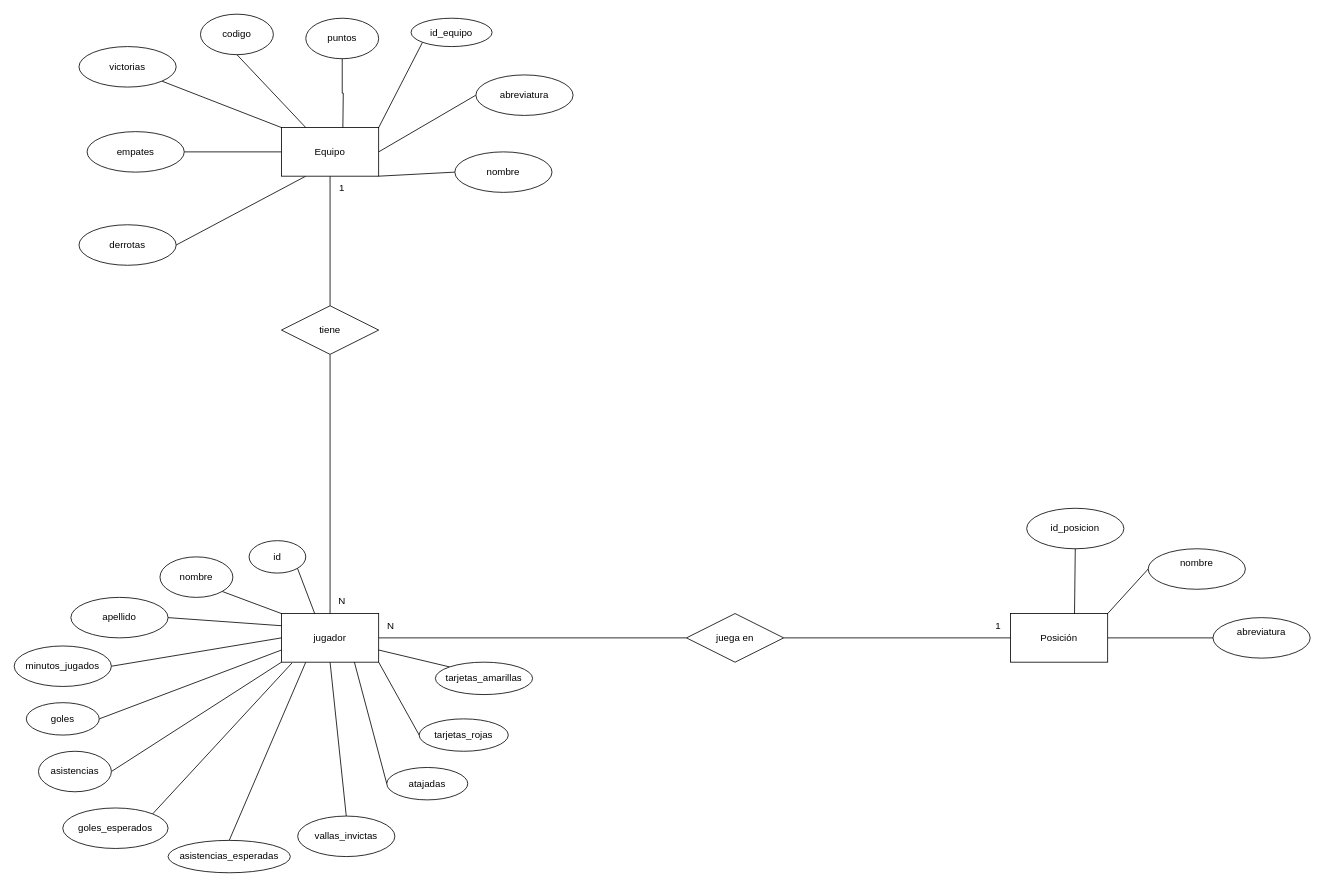
Earlier version of the draw.io diagram design/mer-premier-league-analytics.drawio (NachoParedes/premier-league-analytics). Source tidied: cells renumbered, new cells numbered last; positions are measured from the earlier drawing's top-left corner, leaving out a move shared by most shapes. Both pictures are drawn from the tidied source at 81%, with x=0, y=0 at pixel (14, 14).
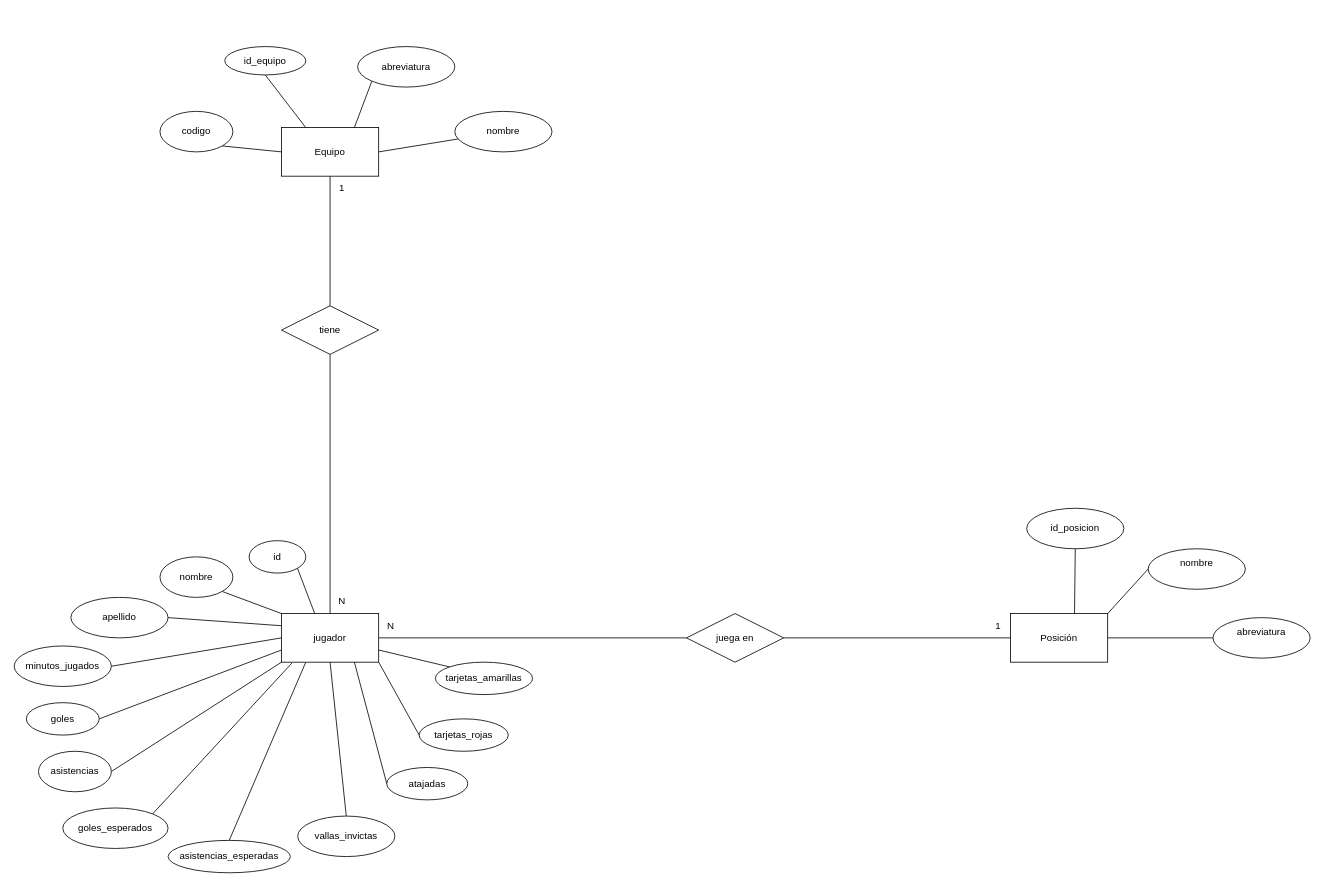
Above is the later version.

The change refers to these unchanged cells:
```xml
<mxCell id="6" value="Equipo" style="rounded=0;whiteSpace=wrap;html=1;" parent="1" vertex="1">
  <mxGeometry x="330" y="140" width="120" height="60" as="geometry" />
</mxCell>
```

Change to the diagram source:
```diff
@@
-    <mxCell id="2" style="rounded=0;jettySize=auto;html=1;exitX=1;exitY=1;exitDx=0;exitDy=0;entryX=0;entryY=0.5;entryDx=0;entryDy=0;endArrow=none;endFill=0;" parent="1" edge="1" source="6" target="14">
-      <mxGeometry relative="1" as="geometry" />
-    </mxCell>
@@
-    <mxCell id="4" style="rounded=0;jettySize=auto;html=1;exitX=0.25;exitY=1;exitDx=0;exitDy=0;entryX=1;entryY=0.5;entryDx=0;entryDy=0;endArrow=none;endFill=0;" parent="1" edge="1" source="6" target="32">
-      <mxGeometry relative="1" as="geometry" />
-    </mxCell>
-    <mxCell id="5" style="rounded=0;jettySize=auto;html=1;exitX=0;exitY=0.5;exitDx=0;exitDy=0;entryX=1;entryY=0.5;entryDx=0;entryDy=0;endArrow=none;endFill=0;" parent="1" edge="1" source="6" target="33">
-      <mxGeometry relative="1" as="geometry" />
-    </mxCell>
@@
-    <mxCell id="12" style="rounded=0;jettySize=auto;html=1;exitX=0;exitY=1;exitDx=0;exitDy=0;entryX=1;entryY=0;entryDx=0;entryDy=0;endArrow=none;endFill=0;" parent="1" edge="1" source="13" target="6">
+    <mxCell id="12" style="rounded=0;jettySize=auto;html=1;exitX=0.5;exitY=1;exitDx=0;exitDy=0;entryX=0.25;entryY=0;entryDx=0;entryDy=0;endArrow=none;endFill=0;" parent="1" edge="1" source="13" target="6">
       <mxGeometry relative="1" as="geometry" />
     </mxCell>
     <mxCell id="13" value="id_equipo" style="ellipse;whiteSpace=wrap;html=1;shapeInside=1;" parent="1" vertex="1">
-      <mxGeometry x="490" y="5" width="100" height="35" as="geometry" />
+      <mxGeometry x="260" y="40" width="100" height="35" as="geometry" />
     </mxCell>
+    <mxCell id="61" style="rounded=0;jettySize=auto;html=1;entryX=1;entryY=0.5;entryDx=0;entryDy=0;endArrow=none;endFill=0;" parent="1" edge="1" source="14" target="6">
+      <mxGeometry relative="1" as="geometry" />
+    </mxCell>
     <mxCell id="14" value="nombre" style="ellipse;whiteSpace=wrap;html=1;shapeInside=1;" parent="1" vertex="1">
-      <mxGeometry x="544" y="170" width="120" height="50" as="geometry" />
+      <mxGeometry x="544" y="120" width="120" height="50" as="geometry" />
     </mxCell>
-    <mxCell id="15" style="rounded=0;jettySize=auto;html=1;exitX=0;exitY=0.5;exitDx=0;exitDy=0;entryX=1;entryY=0.5;entryDx=0;entryDy=0;endArrow=none;endFill=0;" parent="1" edge="1" source="16" target="6">
+    <mxCell id="15" style="rounded=0;jettySize=auto;html=1;exitX=0;exitY=1;exitDx=0;exitDy=0;entryX=0.75;entryY=0;entryDx=0;entryDy=0;endArrow=none;endFill=0;" parent="1" edge="1" source="16" target="6">
       <mxGeometry relative="1" as="geometry" />
     </mxCell>
     <mxCell id="16" value="abreviatura" style="ellipse;whiteSpace=wrap;html=1;shapeInside=1;" parent="1" vertex="1">
-      <mxGeometry x="570" y="75" width="120" height="50" as="geometry" />
+      <mxGeometry x="424" y="40" width="120" height="50" as="geometry" />
     </mxCell>
@@
-    <mxCell id="28" style="rounded=0;jettySize=auto;html=1;exitX=0.5;exitY=1;exitDx=0;exitDy=0;entryX=0.25;entryY=0;entryDx=0;entryDy=0;endArrow=none;endFill=0;" parent="1" edge="1" source="29" target="6">
+    <mxCell id="28" style="rounded=0;jettySize=auto;html=1;exitX=1;exitY=1;exitDx=0;exitDy=0;entryX=0;entryY=0.5;entryDx=0;entryDy=0;endArrow=none;endFill=0;" parent="1" edge="1" source="29" target="6">
       <mxGeometry relative="1" as="geometry" />
     </mxCell>
     <mxCell id="29" value="codigo" style="ellipse;whiteSpace=wrap;html=1;shapeInside=1;" parent="1" vertex="1">
-      <mxGeometry x="230" width="90" height="50" as="geometry" />
+      <mxGeometry x="180" y="120" width="90" height="50" as="geometry" />
     </mxCell>
-    <mxCell id="30" style="rounded=0;jettySize=auto;html=1;exitX=1;exitY=1;exitDx=0;exitDy=0;entryX=0;entryY=0;entryDx=0;entryDy=0;endArrow=none;endFill=0;" parent="1" edge="1" source="31" target="6">
-      <mxGeometry relative="1" as="geometry" />
-    </mxCell>
-    <mxCell id="31" value="victorias" style="ellipse;whiteSpace=wrap;html=1;shapeInside=1;" parent="1" vertex="1">
-      <mxGeometry x="80" y="40" width="120" height="50" as="geometry" />
-    </mxCell>
-    <mxCell id="32" value="derrotas" style="ellipse;whiteSpace=wrap;html=1;shapeInside=1;" parent="1" vertex="1">
-      <mxGeometry x="80" y="260" width="120" height="50" as="geometry" />
-    </mxCell>
-    <mxCell id="33" value="empates" style="ellipse;whiteSpace=wrap;html=1;shapeInside=1;" parent="1" vertex="1">
-      <mxGeometry x="90" y="145" width="120" height="50" as="geometry" />
-    </mxCell>
@@
-    <mxCell id="59" value="puntos" style="ellipse;whiteSpace=wrap;html=1;shapeInside=1;" parent="1" vertex="1">
-      <mxGeometry x="360" y="5" width="90" height="50" as="geometry" />
-    </mxCell>
-    <mxCell id="60" style="edgeStyle=orthogonalEdgeStyle;rounded=0;jettySize=auto;html=1;exitX=0.5;exitY=1;exitDx=0;exitDy=0;endArrow=none;endFill=0;" parent="1" edge="1" source="59">
-      <mxGeometry relative="1" as="geometry">
-        <mxPoint x="405.8" y="140" as="targetPoint" />
-      </mxGeometry>
-    </mxCell>
```
